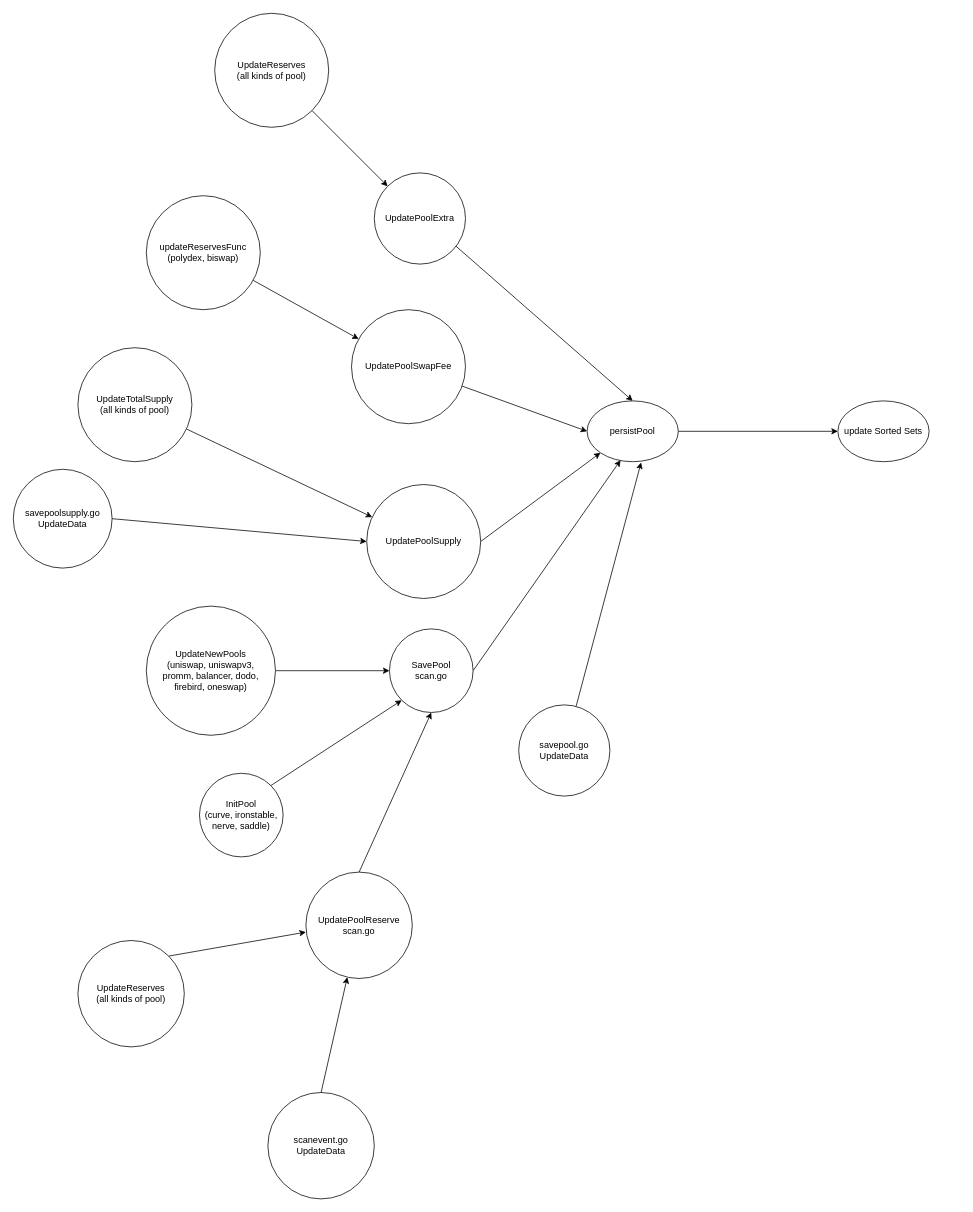
The draw.io diagram Coupled Dependencies.drawio in piavgh/draw.io-data, before the edit. Source tidied: cells renumbered, new cells numbered last; positions are measured from the earlier drawing's top-left corner, leaving out a move shared by most shapes. Both pictures are drawn from the tidied source at 76%, with x=0, y=0 at pixel (13, 13).
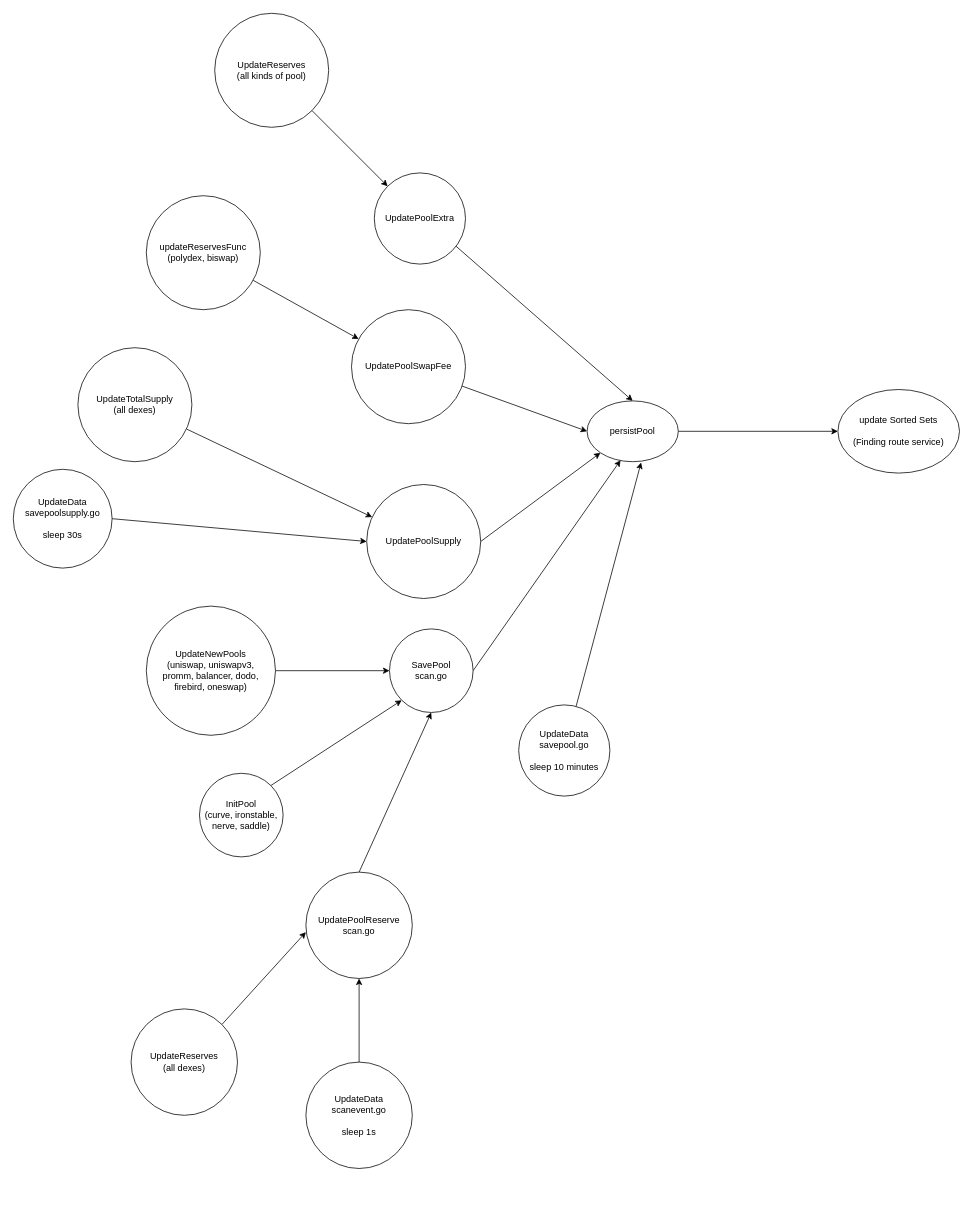
The same diagram, later.

Change to the diagram source:
```diff
@@
-    <mxCell id="2" value="update Sorted Sets" style="ellipse;whiteSpace=wrap;html=1;" parent="1" vertex="1">
-      <mxGeometry x="1085" y="510" width="120" height="80" as="geometry" />
+    <mxCell id="2" value="update Sorted Sets&lt;br&gt;&lt;br&gt;(Finding route service)" style="ellipse;whiteSpace=wrap;html=1;" parent="1" vertex="1">
+      <mxGeometry x="1085" y="495" width="160" height="110" as="geometry" />
     </mxCell>
@@
-    <mxCell id="11" value="savepool.go&lt;br&gt;UpdateData" style="ellipse;whiteSpace=wrap;html=1;" parent="1" vertex="1">
+    <mxCell id="11" value="UpdateData&lt;br&gt;savepool.go&lt;br&gt;&lt;br&gt;sleep 10 minutes" style="ellipse;whiteSpace=wrap;html=1;" parent="1" vertex="1">
       <mxGeometry x="665" y="910" width="120" height="120" as="geometry" />
     </mxCell>
@@
-    <mxCell id="22" value="UpdateReserves&lt;br&gt;(all kinds of pool)" style="ellipse;whiteSpace=wrap;html=1;" parent="1" vertex="1">
-      <mxGeometry x="85" y="1220" width="140" height="140" as="geometry" />
+    <mxCell id="22" value="UpdateReserves&lt;br&gt;(all dexes)" style="ellipse;whiteSpace=wrap;html=1;" parent="1" vertex="1">
+      <mxGeometry x="155" y="1310" width="140" height="140" as="geometry" />
     </mxCell>
@@
-    <mxCell id="24" value="scanevent.go&lt;br&gt;UpdateData" style="ellipse;whiteSpace=wrap;html=1;" parent="1" vertex="1">
-      <mxGeometry x="335" y="1420" width="140" height="140" as="geometry" />
+    <mxCell id="24" value="UpdateData&lt;br&gt;scanevent.go&lt;br&gt;&lt;br&gt;sleep 1s" style="ellipse;whiteSpace=wrap;html=1;" parent="1" vertex="1">
+      <mxGeometry x="385" y="1380" width="140" height="140" as="geometry" />
     </mxCell>
@@
-    <mxCell id="26" value="savepoolsupply.go&lt;br&gt;UpdateData" style="ellipse;whiteSpace=wrap;html=1;" parent="1" vertex="1">
+    <mxCell id="26" value="UpdateData&lt;br&gt;savepoolsupply.go&lt;br&gt;&lt;br&gt;sleep 30s" style="ellipse;whiteSpace=wrap;html=1;" parent="1" vertex="1">
       <mxGeometry y="600" width="130" height="130" as="geometry" />
     </mxCell>
@@
-    <mxCell id="28" value="UpdateTotalSupply&lt;br&gt;(all kinds of pool)" style="ellipse;whiteSpace=wrap;html=1;" parent="1" vertex="1">
+    <mxCell id="28" value="UpdateTotalSupply&lt;br&gt;(all dexes)" style="ellipse;whiteSpace=wrap;html=1;" parent="1" vertex="1">
       <mxGeometry x="85" y="440" width="150" height="150" as="geometry" />
     </mxCell>
```
